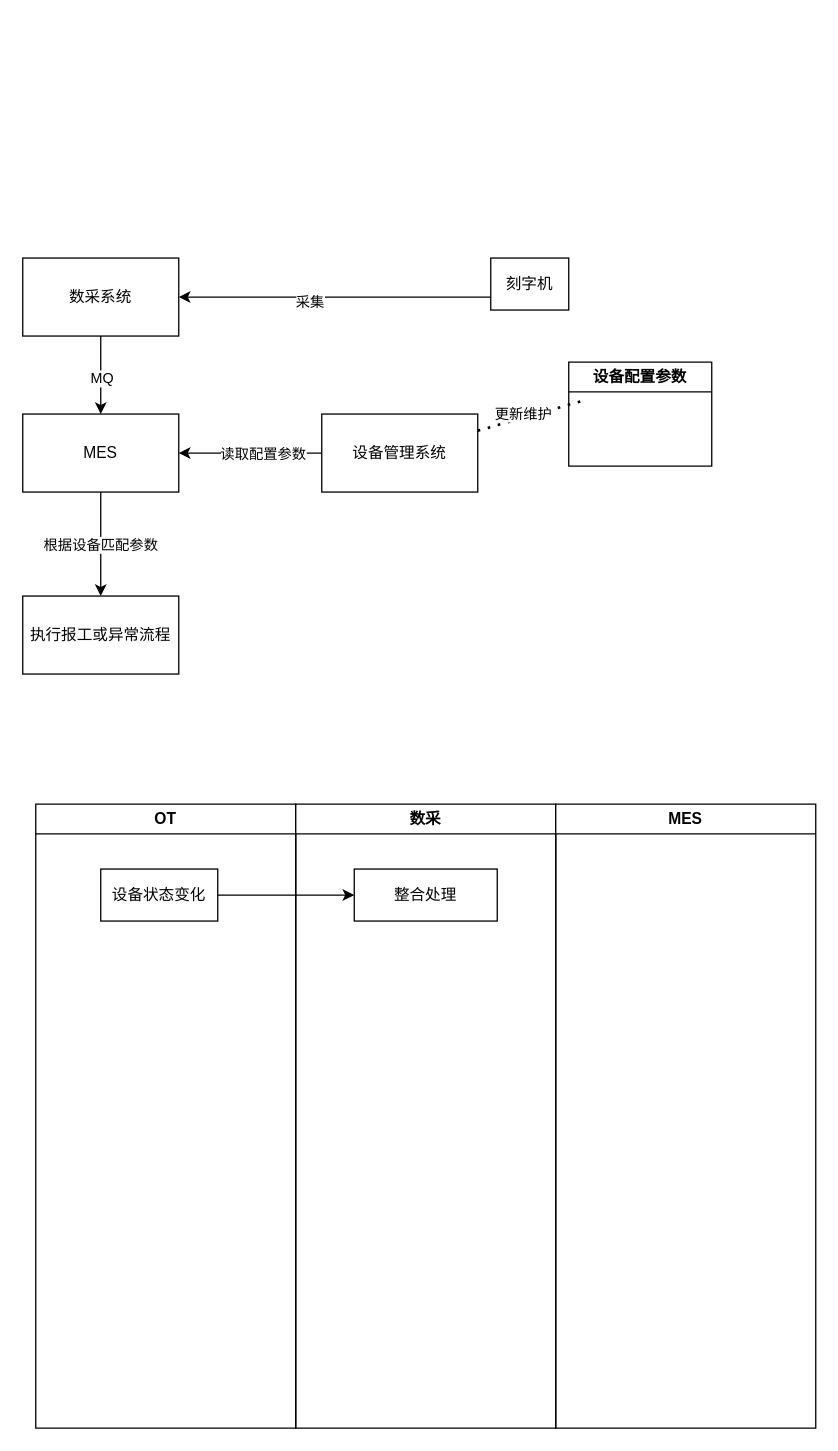
lhorizon/12306Python keeps this draw.io diagram as 未命名绘图.drawio. Above is the earlier version. Source tidied: cells renumbered, new cells numbered last; positions are measured from the earlier drawing's top-left corner, leaving out a move shared by most shapes. Both pictures are drawn from the tidied source at 130%, with x=0, y=0 at pixel (22, 257).
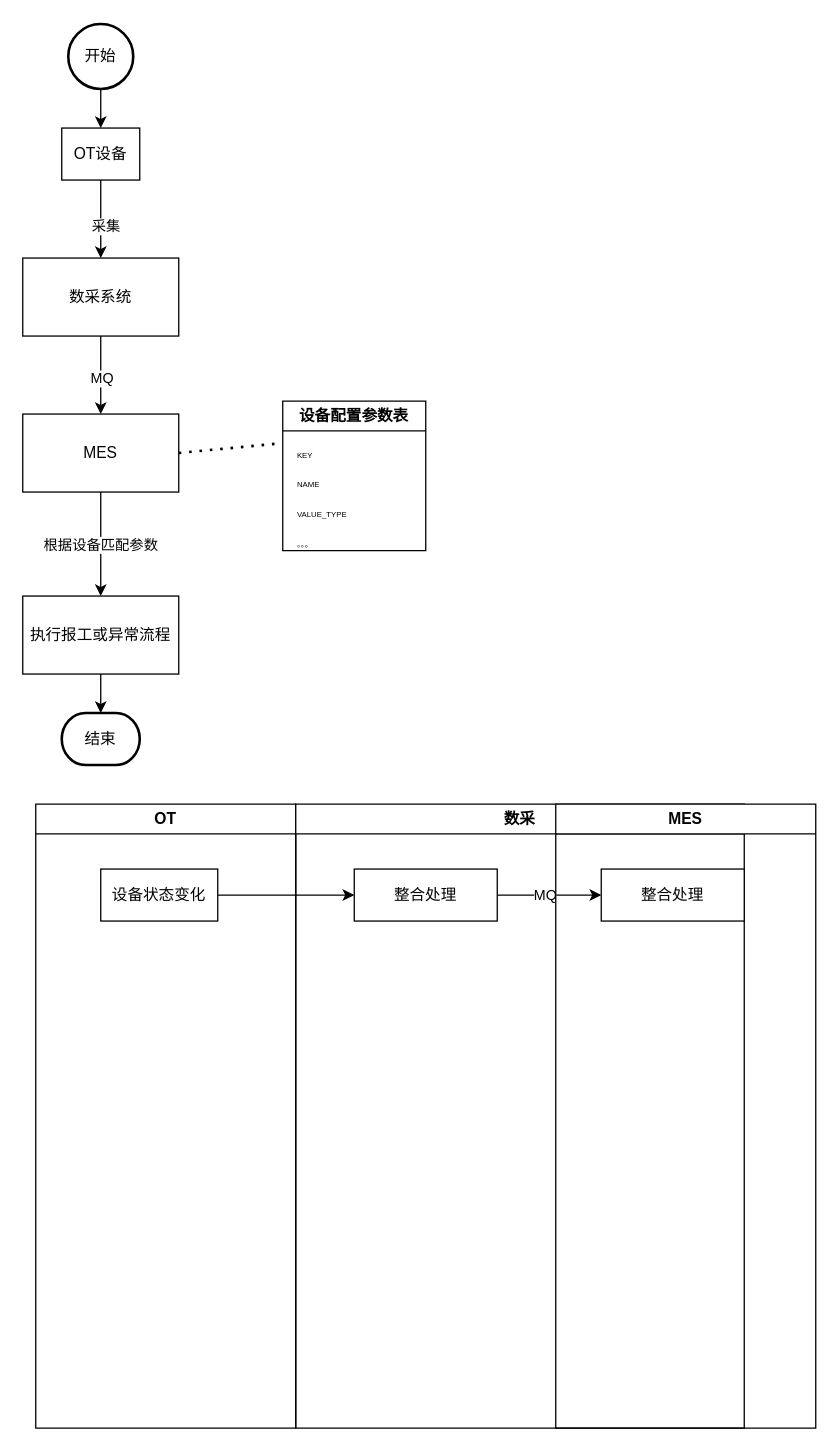
Above is the later version.

Commit message (it also covers changes not shown here):
更新未命名绘图.drawio

Unchanged cells that the change refers to:
```xml
<mxCell id="7" value="MES" style="rounded=0;whiteSpace=wrap;html=1;" parent="1" vertex="1">
  <mxGeometry y="120" width="120" height="60" as="geometry" />
</mxCell>
<mxCell id="13" value="数采系统" style="rounded=0;whiteSpace=wrap;html=1;" parent="1" vertex="1">
  <mxGeometry width="120" height="60" as="geometry" />
</mxCell>
<mxCell id="17" value="执行报工或异常流程" style="rounded=0;whiteSpace=wrap;html=1;" parent="1" vertex="1">
  <mxGeometry y="260" width="120" height="60" as="geometry" />
</mxCell>
<mxCell id="21" value="整合处理" style="rounded=0;whiteSpace=wrap;html=1;" parent="20" vertex="1">
  <mxGeometry x="45" y="50" width="110" height="40" as="geometry" />
</mxCell>
```

Change to the diagram source:
```diff
@@
-    <mxCell id="2" style="edgeStyle=orthogonalEdgeStyle;rounded=0;jettySize=auto;html=1;exitX=0;exitY=0.75;exitDx=0;exitDy=0;entryX=1;entryY=0.5;entryDx=0;entryDy=0;" parent="1" edge="1" source="4" target="13">
+    <mxCell id="2" style="edgeStyle=orthogonalEdgeStyle;rounded=0;jettySize=auto;html=1;exitX=0.5;exitY=1;exitDx=0;exitDy=0;entryX=0.5;entryY=0;entryDx=0;entryDy=0;" parent="1" edge="1" source="4" target="13">
       <mxGeometry relative="1" as="geometry" />
     </mxCell>
@@
-    <mxCell id="4" value="刻字机" style="rounded=0;whiteSpace=wrap;html=1;" parent="1" vertex="1">
-      <mxGeometry x="360" width="60" height="40" as="geometry" />
+    <mxCell id="4" value="OT设备" style="rounded=0;whiteSpace=wrap;html=1;" parent="1" vertex="1">
+      <mxGeometry x="30" y="-100" width="60" height="40" as="geometry" />
     </mxCell>
@@
-    <mxCell id="8" style="edgeStyle=orthogonalEdgeStyle;rounded=0;jettySize=auto;html=1;" parent="1" edge="1" source="10" target="7">
-      <mxGeometry relative="1" as="geometry" />
-    </mxCell>
-    <mxCell id="9" value="读取配置参数" style="edgeLabel;html=1;align=center;verticalAlign=middle;" parent="8" vertex="1">
-      <mxGeometry x="0.2" y="-2" relative="1" as="geometry">
-        <mxPoint x="20" y="2" as="offset" />
-      </mxGeometry>
-    </mxCell>
-    <mxCell id="10" value="设备管理系统" style="rounded=0;whiteSpace=wrap;html=1;" parent="1" vertex="1">
-      <mxGeometry x="230" y="120" width="120" height="60" as="geometry" />
-    </mxCell>
@@
-    <mxCell id="14" value="设备配置参数" style="swimlane;whiteSpace=wrap;html=1;" parent="1" vertex="1">
-      <mxGeometry x="420" y="80" width="110" height="80" as="geometry" />
+    <mxCell id="14" value="设备配置参数表" style="swimlane;whiteSpace=wrap;html=1;" parent="1" vertex="1">
+      <mxGeometry x="200" y="110" width="110" height="115" as="geometry" />
     </mxCell>
-    <mxCell id="15" style="endArrow=none;dashed=1;html=1;dashPattern=1 3;strokeWidth=2;rounded=0;" parent="1" edge="1" source="10">
-      <mxGeometry relative="1" as="geometry">
-        <mxPoint x="430" y="110" as="targetPoint" />
-      </mxGeometry>
-    </mxCell>
-    <mxCell id="16" value="更新维护" style="edgeLabel;html=1;align=center;verticalAlign=middle;" parent="15" vertex="1">
-      <mxGeometry x="-0.11" y="3" relative="1" as="geometry" />
-    </mxCell>
+    <mxCell id="24" value="&lt;p style=&quot;margin: 0pt 0pt 0.0001pt; text-align: justify; line-height: 21px; font-family: Calibri; text-wrap-mode: wrap;&quot; class=&quot;MsoNormal&quot;&gt;&lt;span style=&quot;font-family: 宋体;&quot;&gt;&lt;font style=&quot;font-size: 6px;&quot; face=&quot;Calibri&quot;&gt;KEY&lt;/font&gt;&lt;/span&gt;&lt;/p&gt;&lt;p style=&quot;margin: 0pt 0pt 0.0001pt; text-align: justify; line-height: 21px; font-family: Calibri; text-wrap-mode: wrap;&quot; class=&quot;MsoNormal&quot;&gt;&lt;span style=&quot;font-family: 宋体;&quot;&gt;&lt;font style=&quot;font-size: 6px;&quot; face=&quot;Calibri&quot;&gt;NAME&lt;br&gt;&lt;/font&gt;&lt;/span&gt;&lt;/p&gt;&lt;p style=&quot;margin: 0pt 0pt 0.0001pt; text-align: justify; line-height: 21px; font-family: Calibri; text-wrap-mode: wrap;&quot; class=&quot;MsoNormal&quot;&gt;&lt;font style=&quot;font-size: 6px;&quot;&gt;&lt;span style=&quot;font-family: 宋体;&quot;&gt;&lt;font face=&quot;Calibri&quot;&gt;VALUE&lt;/font&gt;&lt;/span&gt;_TYPE&lt;/font&gt;&lt;/p&gt;&lt;p style=&quot;margin: 0pt 0pt 0.0001pt; text-align: justify; line-height: 21px; font-family: Calibri; text-wrap-mode: wrap;&quot; class=&quot;MsoNormal&quot;&gt;&lt;font style=&quot;font-size: 6px;&quot;&gt;。。。&lt;/font&gt;&lt;/p&gt;" style="text;html=1;align=center;verticalAlign=middle;points=[];strokeColor=none;fillColor=none;" parent="14" vertex="1">
+      <mxGeometry y="20" width="60" height="110" as="geometry" />
+    </mxCell>
+    <mxCell id="25" style="edgeStyle=orthogonalEdgeStyle;rounded=0;jettySize=auto;html=1;" parent="1" edge="1" source="17" target="32">
+      <mxGeometry relative="1" as="geometry" />
+    </mxCell>
@@
     <mxCell id="20" value="数采" style="swimlane;whiteSpace=wrap;html=1;" parent="1" vertex="1">
-      <mxGeometry x="210" y="420" width="200" height="480" as="geometry" />
+      <mxGeometry x="210" y="420" width="345" height="480" as="geometry" />
     </mxCell>
+    <mxCell id="26" style="edgeStyle=orthogonalEdgeStyle;rounded=0;jettySize=auto;html=1;" parent="20" edge="1" source="21" target="28">
+      <mxGeometry relative="1" as="geometry" />
+    </mxCell>
+    <mxCell id="27" value="MQ" style="edgeLabel;html=1;align=center;verticalAlign=middle;" parent="26" vertex="1">
+      <mxGeometry x="-0.1" y="1" relative="1" as="geometry" />
+    </mxCell>
@@
+    <mxCell id="28" value="整合处理" style="rounded=0;whiteSpace=wrap;html=1;" parent="20" vertex="1">
+      <mxGeometry x="235" y="50" width="110" height="40" as="geometry" />
+    </mxCell>
@@
+    <mxCell id="29" style="endArrow=none;dashed=1;html=1;dashPattern=1 3;strokeWidth=2;rounded=0;exitX=1;exitY=0.5;exitDx=0;exitDy=0;entryX=-0.017;entryY=0.113;entryDx=0;entryDy=0;entryPerimeter=0;" parent="1" edge="1" source="7" target="24">
+      <mxGeometry relative="1" as="geometry" />
+    </mxCell>
+    <mxCell id="30" style="edgeStyle=orthogonalEdgeStyle;rounded=0;jettySize=auto;html=1;" parent="1" edge="1" source="31" target="4">
+      <mxGeometry relative="1" as="geometry" />
+    </mxCell>
+    <mxCell id="31" value="开始" style="strokeWidth=2;html=1;shape=mxgraph.flowchart.start_2;whiteSpace=wrap;" parent="1" vertex="1">
+      <mxGeometry x="35" y="-180" width="50" height="50" as="geometry" />
+    </mxCell>
+    <mxCell id="32" value="结束" style="strokeWidth=2;html=1;shape=mxgraph.flowchart.terminator;whiteSpace=wrap;" parent="1" vertex="1">
+      <mxGeometry x="30" y="350" width="60" height="40" as="geometry" />
+    </mxCell>
```
